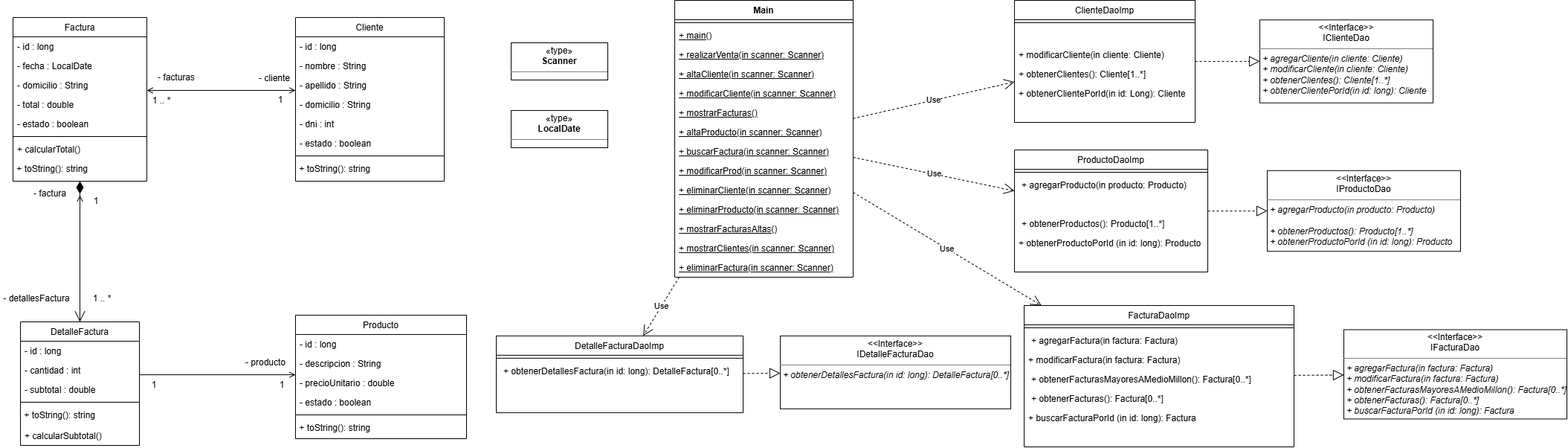
santip019/tp8_grupo6 keeps this draw.io diagram as UMLs/diagramatp8grupo6.drawio.png. Above is the earlier version. Source tidied: cells renumbered, new cells last; positions are measured from the earlier drawing's top-left corner, leaving out a move shared by most shapes.
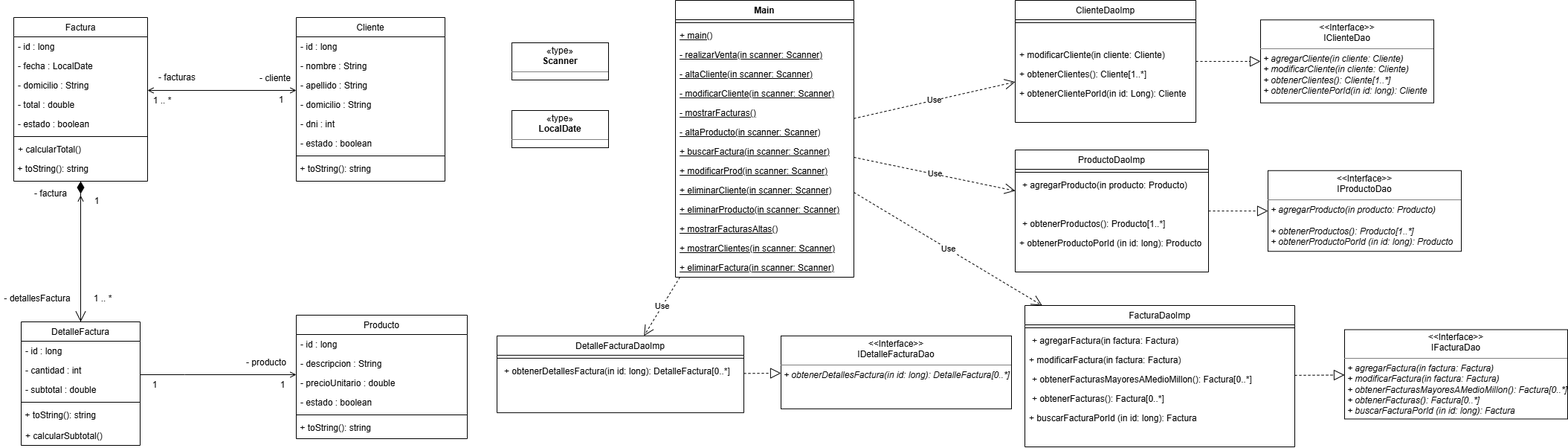
The same file after the commit.

Commit message:
Se cambia el UML y detalles menores de sintaxis [Cruz Antonella]

Diff of the diagram source:
```diff
@@ -228,19 +228,19 @@
     <mxCell id="74" value="&lt;u&gt;+ main()&lt;/u&gt;" style="text;strokeColor=none;fillColor=none;align=left;verticalAlign=top;spacingLeft=4;spacingRight=4;overflow=hidden;whiteSpace=wrap;html=1;" parent="72" vertex="1">
       <mxGeometry y="34" width="240" height="26" as="geometry" />
     </mxCell>
-    <mxCell id="75" value="&lt;u&gt;+ realizarVenta(in scanner: Scanner)&lt;/u&gt;" style="text;strokeColor=none;fillColor=none;align=left;verticalAlign=top;spacingLeft=4;spacingRight=4;overflow=hidden;whiteSpace=wrap;html=1;" parent="72" vertex="1">
+    <mxCell id="75" value="&lt;u&gt;- realizarVenta(in scanner: Scanner)&lt;/u&gt;" style="text;strokeColor=none;fillColor=none;align=left;verticalAlign=top;spacingLeft=4;spacingRight=4;overflow=hidden;whiteSpace=wrap;html=1;" parent="72" vertex="1">
       <mxGeometry y="60" width="240" height="26" as="geometry" />
     </mxCell>
-    <mxCell id="76" value="&lt;u&gt;+&amp;nbsp;altaCliente(in scanner: Scanner)&lt;/u&gt;" style="text;strokeColor=none;fillColor=none;align=left;verticalAlign=top;spacingLeft=4;spacingRight=4;overflow=hidden;whiteSpace=wrap;html=1;" parent="72" vertex="1">
+    <mxCell id="76" value="&lt;u&gt;- altaCliente(in scanner: Scanner)&lt;/u&gt;" style="text;strokeColor=none;fillColor=none;align=left;verticalAlign=top;spacingLeft=4;spacingRight=4;overflow=hidden;whiteSpace=wrap;html=1;" parent="72" vertex="1">
       <mxGeometry y="86" width="240" height="26" as="geometry" />
     </mxCell>
-    <mxCell id="77" value="&lt;u&gt;+&amp;nbsp;modificarCliente(in scanner: Scanner)&lt;/u&gt;" style="text;strokeColor=none;fillColor=none;align=left;verticalAlign=top;spacingLeft=4;spacingRight=4;overflow=hidden;whiteSpace=wrap;html=1;" parent="72" vertex="1">
+    <mxCell id="77" value="&lt;u&gt;- modificarCliente(in scanner: Scanner)&lt;/u&gt;" style="text;strokeColor=none;fillColor=none;align=left;verticalAlign=top;spacingLeft=4;spacingRight=4;overflow=hidden;whiteSpace=wrap;html=1;" parent="72" vertex="1">
       <mxGeometry y="112" width="240" height="26" as="geometry" />
     </mxCell>
-    <mxCell id="78" value="&lt;u&gt;+&amp;nbsp;mostrarFacturas()&lt;/u&gt;" style="text;strokeColor=none;fillColor=none;align=left;verticalAlign=top;spacingLeft=4;spacingRight=4;overflow=hidden;whiteSpace=wrap;html=1;" parent="72" vertex="1">
+    <mxCell id="78" value="&lt;u&gt;- mostrarFacturas()&lt;/u&gt;" style="text;strokeColor=none;fillColor=none;align=left;verticalAlign=top;spacingLeft=4;spacingRight=4;overflow=hidden;whiteSpace=wrap;html=1;" parent="72" vertex="1">
       <mxGeometry y="138" width="240" height="26" as="geometry" />
     </mxCell>
-    <mxCell id="79" value="&lt;u&gt;+&amp;nbsp;altaProducto(in scanner: Scanner)&lt;/u&gt;" style="text;strokeColor=none;fillColor=none;align=left;verticalAlign=top;spacingLeft=4;spacingRight=4;overflow=hidden;whiteSpace=wrap;html=1;" parent="72" vertex="1">
+    <mxCell id="79" value="&lt;u&gt;- altaProducto(in scanner: Scanner)&lt;/u&gt;" style="text;strokeColor=none;fillColor=none;align=left;verticalAlign=top;spacingLeft=4;spacingRight=4;overflow=hidden;whiteSpace=wrap;html=1;" parent="72" vertex="1">
       <mxGeometry y="164" width="240" height="26" as="geometry" />
     </mxCell>
     <mxCell id="80" value="&lt;u&gt;+&amp;nbsp;buscarFactura(in scanner: Scanner)&lt;/u&gt;" style="text;strokeColor=none;fillColor=none;align=left;verticalAlign=top;spacingLeft=4;spacingRight=4;overflow=hidden;whiteSpace=wrap;html=1;" parent="72" vertex="1">
```
